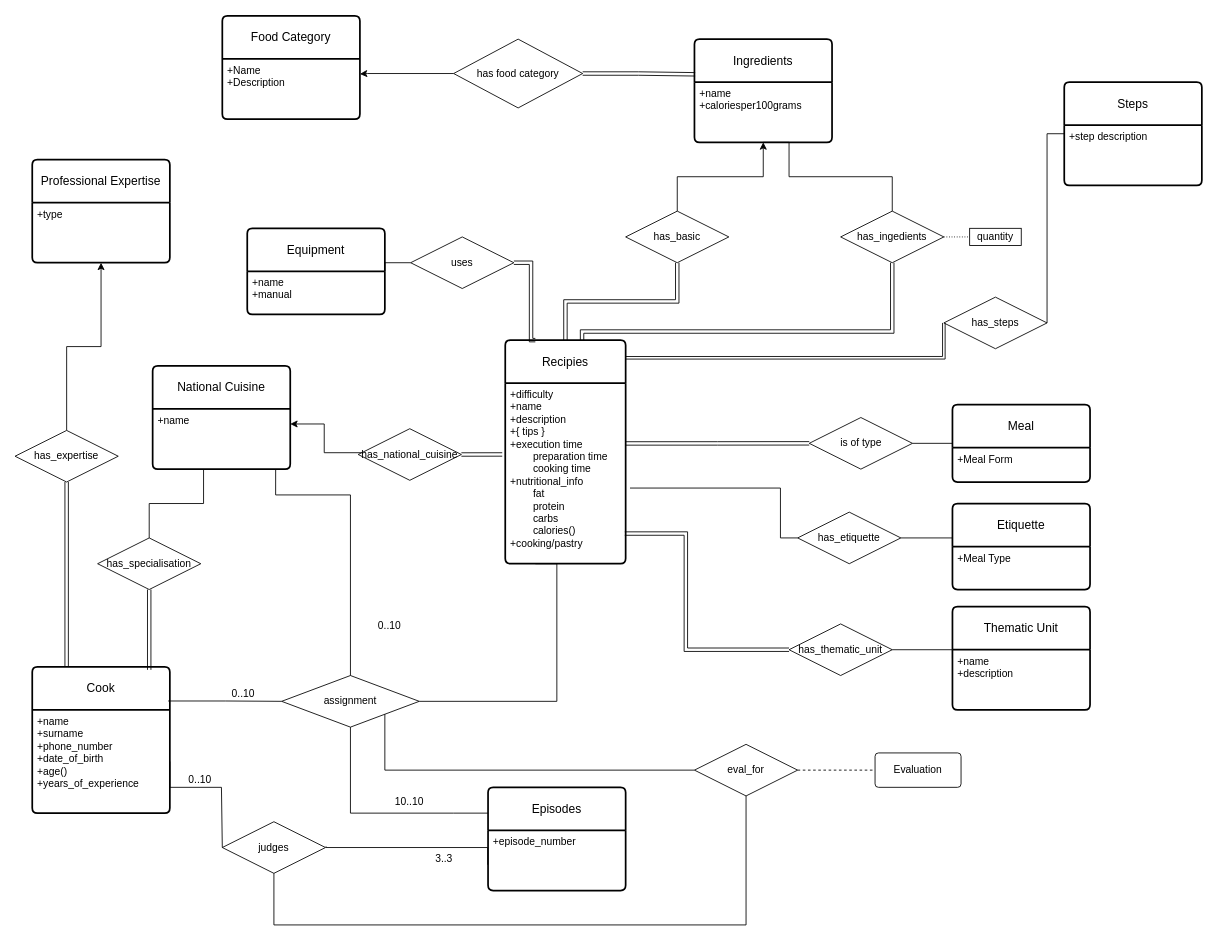
Before: ER_Diagram.drawio in konstantinosk31/Databases-I-NTUA, a draw.io diagram. Source tidied: cells renumbered, new cells numbered last; positions are measured from the earlier drawing's top-left corner, leaving out a move shared by most shapes. Both pictures are drawn from the tidied source at 86%, with x=0, y=0 at pixel (15, 15).
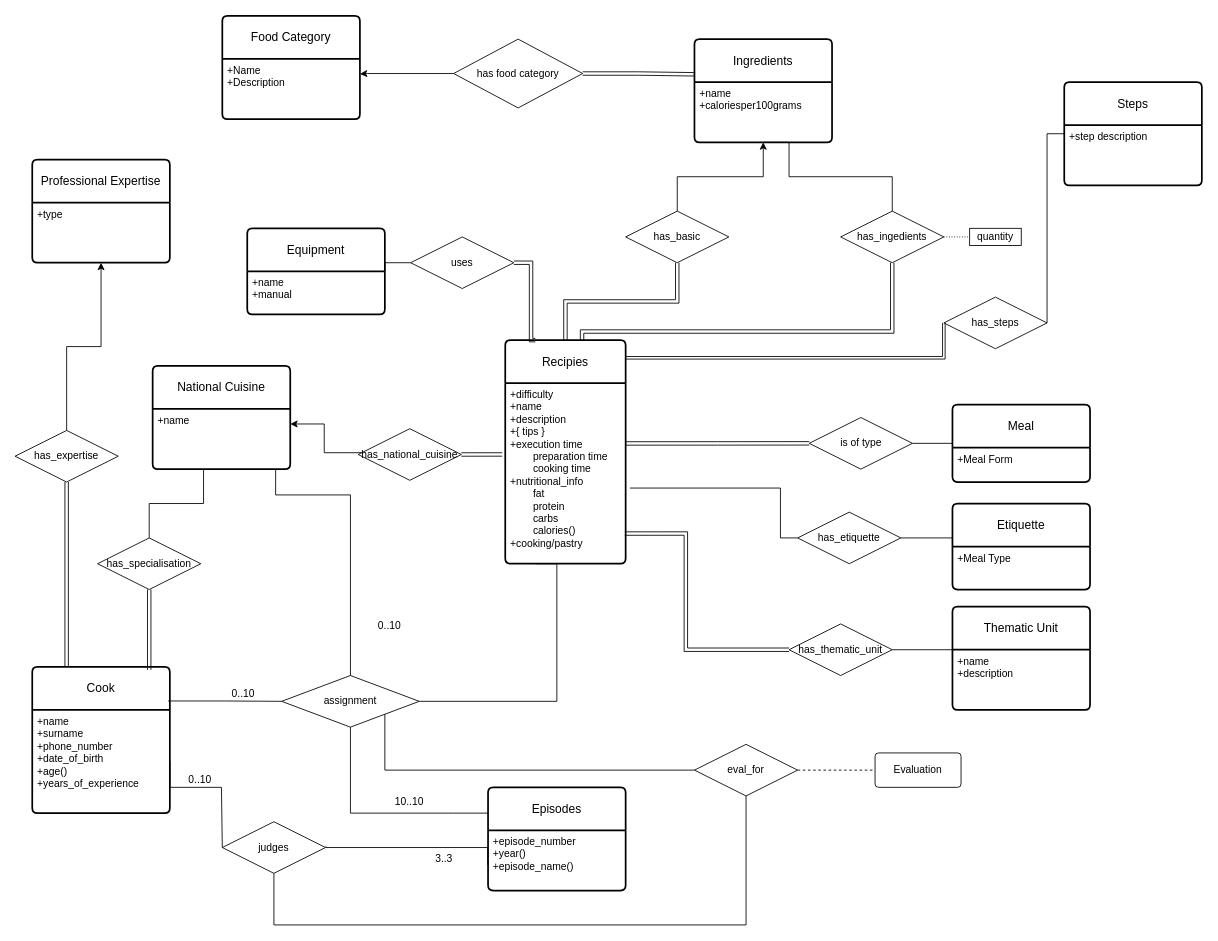
After the change.

The change refers to these unchanged cells:
```xml
<mxCell id="50" value="Episodes" style="swimlane;horizontal=1;startSize=50;rounded=1;fontSize=14;fontStyle=0;strokeWidth=2;shadow=0;dashed=0;align=center;arcSize=4;whiteSpace=wrap;html=1;" parent="1" vertex="1">
  <mxGeometry x="550" y="897" width="160" height="120" as="geometry" />
</mxCell>
```

Diff of the diagram source:
```diff
@@
-    <mxCell id="51" value="+episode_number" style="align=left;strokeColor=none;fillColor=none;spacingLeft=4;fontSize=12;verticalAlign=top;html=1;" parent="50" vertex="1">
+    <mxCell id="51" value="&lt;div&gt;+episode_number&lt;/div&gt;&lt;div&gt;+year()&lt;br&gt;+episode_name()&lt;br&gt;&lt;/div&gt;" style="align=left;strokeColor=none;fillColor=none;spacingLeft=4;fontSize=12;verticalAlign=top;html=1;" parent="50" vertex="1">
       <mxGeometry y="50" width="160" height="70" as="geometry" />
     </mxCell>
```
